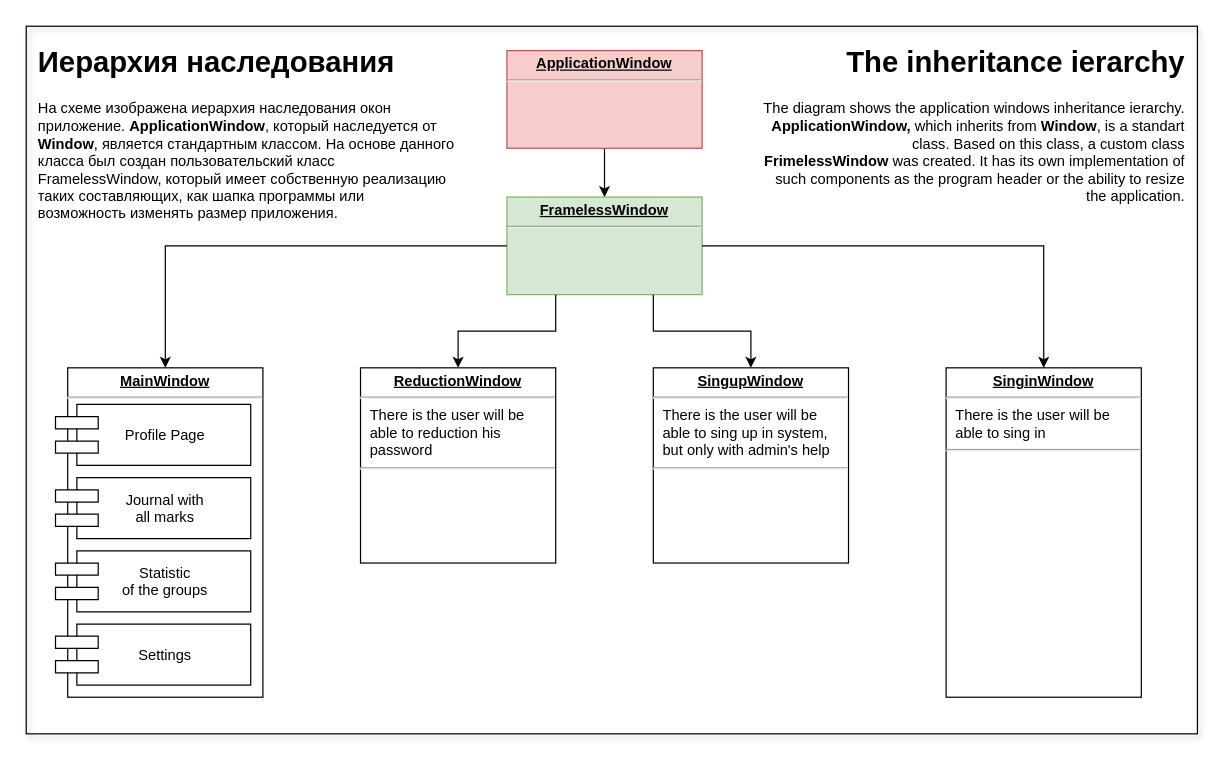
The draw.io diagram page "Inheritance ierarchy" (3 of 3) of Screenshots/Schemes.drawio in GRPilot/e-journal, before the edit. Source tidied: cells renumbered, new cells numbered last; positions are measured from the earlier drawing's top-left corner, leaving out a move shared by most shapes. Both pictures are drawn from the tidied source at 122%, with x=0, y=0 at pixel (26, 26).
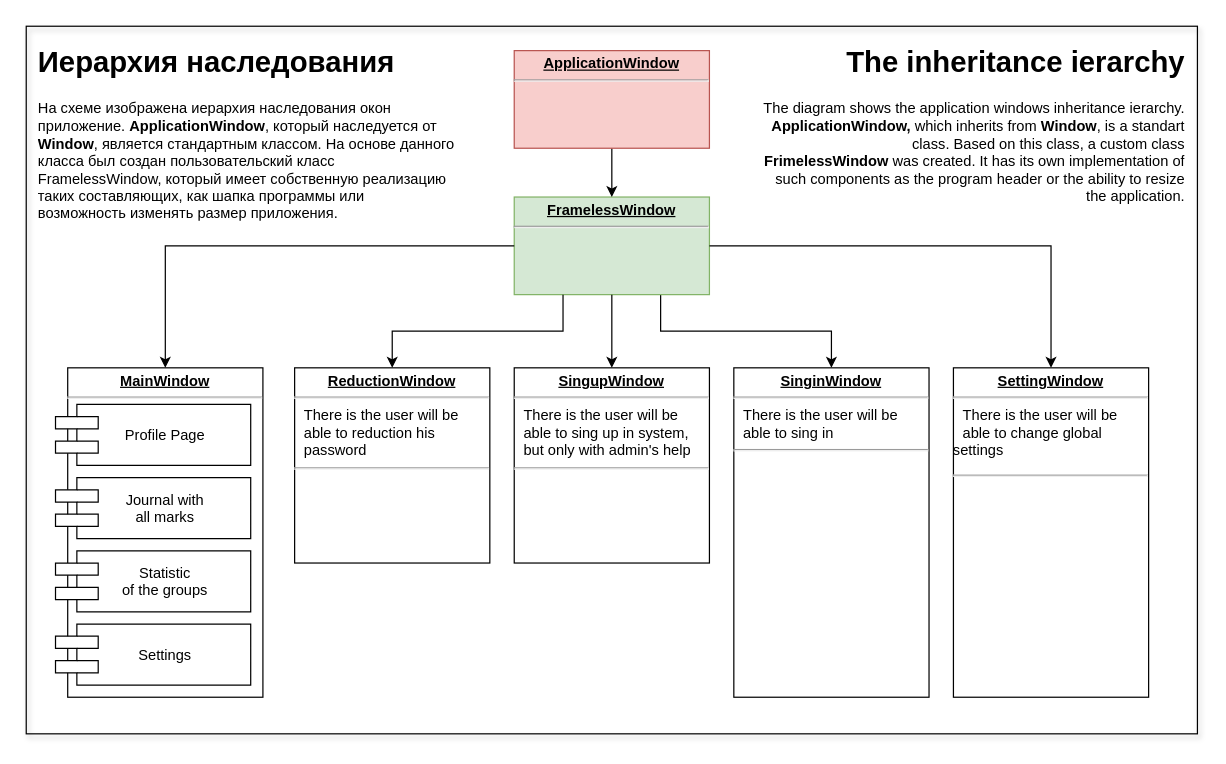
Above is the later version.

Diff of the diagram source:
```diff
@@
+    <mxCell id="23" style="edgeStyle=orthogonalEdgeStyle;rounded=0;jettySize=auto;html=1;exitX=0.75;exitY=1;exitDx=0;exitDy=0;entryX=0.5;entryY=0;entryDx=0;entryDy=0;" parent="1" edge="1" source="7" target="8">
+      <mxGeometry relative="1" as="geometry" />
+    </mxCell>
@@
     <mxCell id="7" value="&lt;p style=&quot;margin: 0px ; margin-top: 4px ; text-align: center ; text-decoration: underline&quot;&gt;&lt;b&gt;FramelessWindow&lt;/b&gt;&lt;/p&gt;&lt;hr&gt;&lt;p style=&quot;margin: 0px ; margin-left: 8px&quot;&gt;&lt;br&gt;&lt;/p&gt;" style="verticalAlign=top;align=left;overflow=fill;fontSize=12;fontFamily=Helvetica;html=1;fillColor=#d5e8d4;strokeColor=#82b366;" parent="6" vertex="1">
-      <mxGeometry x="394" y="140" width="160" height="80" as="geometry" />
+      <mxGeometry x="400" y="140" width="160" height="80" as="geometry" />
     </mxCell>
     <mxCell id="8" value="&lt;p style=&quot;margin: 0px ; margin-top: 4px ; text-align: center ; text-decoration: underline&quot;&gt;&lt;b&gt;SinginWindow&lt;/b&gt;&lt;/p&gt;&lt;hr&gt;&lt;p style=&quot;margin: 0px ; margin-left: 8px&quot;&gt;There is the user will be&lt;br&gt;able to sing in&lt;/p&gt;&lt;hr&gt;" style="verticalAlign=top;align=left;overflow=fill;fontSize=12;fontFamily=Helvetica;html=1;" parent="6" vertex="1">
-      <mxGeometry x="754" y="280" width="160" height="270" as="geometry" />
+      <mxGeometry x="580" y="280" width="160" height="270" as="geometry" />
     </mxCell>
-    <mxCell id="9" style="edgeStyle=orthogonalEdgeStyle;rounded=0;jettySize=auto;html=1;entryX=0.5;entryY=0;entryDx=0;entryDy=0;" parent="6" edge="1" source="7" target="8">
+    <mxCell id="9" style="edgeStyle=orthogonalEdgeStyle;rounded=0;jettySize=auto;html=1;entryX=0.5;entryY=0;entryDx=0;entryDy=0;" parent="6" edge="1" source="7" target="24">
       <mxGeometry relative="1" as="geometry" />
     </mxCell>
     <mxCell id="10" value="&lt;p style=&quot;margin: 0px ; margin-top: 4px ; text-align: center ; text-decoration: underline&quot;&gt;&lt;b&gt;ReductionWindow&lt;/b&gt;&lt;/p&gt;&lt;hr&gt;&lt;p style=&quot;margin: 0px ; margin-left: 8px&quot;&gt;There is the user will be &lt;br&gt;able to reduction his &lt;br&gt;password&lt;br&gt;&lt;/p&gt;&lt;hr&gt;" style="verticalAlign=top;align=left;overflow=fill;fontSize=12;fontFamily=Helvetica;html=1;" parent="6" vertex="1">
-      <mxGeometry x="274" y="280" width="160" height="160" as="geometry" />
+      <mxGeometry x="220" y="280" width="160" height="160" as="geometry" />
     </mxCell>
@@
     <mxCell id="13" value="&lt;p style=&quot;margin: 0px ; margin-top: 4px ; text-align: center ; text-decoration: underline&quot;&gt;&lt;b&gt;ApplicationWindow&lt;/b&gt;&lt;/p&gt;&lt;hr&gt;&lt;p style=&quot;margin: 0px ; margin-left: 8px&quot;&gt;&lt;br&gt;&lt;/p&gt;" style="verticalAlign=top;align=left;overflow=fill;fontSize=12;fontFamily=Helvetica;html=1;fillColor=#f8cecc;strokeColor=#b85450;" parent="6" vertex="1">
-      <mxGeometry x="394" y="20" width="160" height="80" as="geometry" />
+      <mxGeometry x="400" y="20" width="160" height="80" as="geometry" />
     </mxCell>
@@
     <mxCell id="21" value="&lt;p style=&quot;margin: 0px ; margin-top: 4px ; text-align: center ; text-decoration: underline&quot;&gt;&lt;b&gt;SingupWindow&lt;/b&gt;&lt;/p&gt;&lt;hr&gt;&lt;p style=&quot;margin: 0px ; margin-left: 8px&quot;&gt;There is the user will be&lt;br&gt;able to sing up in system,&amp;nbsp;&lt;br&gt;but only with admin's help&lt;/p&gt;&lt;hr&gt;" style="verticalAlign=top;align=left;overflow=fill;fontSize=12;fontFamily=Helvetica;html=1;" parent="6" vertex="1">
-      <mxGeometry x="514" y="280" width="160" height="160" as="geometry" />
+      <mxGeometry x="400" y="280" width="160" height="160" as="geometry" />
     </mxCell>
-    <mxCell id="22" style="edgeStyle=orthogonalEdgeStyle;rounded=0;jettySize=auto;html=1;entryX=0.5;entryY=0;entryDx=0;entryDy=0;exitX=0.75;exitY=1;exitDx=0;exitDy=0;" parent="6" edge="1" source="7" target="21">
+    <mxCell id="22" style="edgeStyle=orthogonalEdgeStyle;rounded=0;jettySize=auto;html=1;entryX=0.5;entryY=0;entryDx=0;entryDy=0;exitX=0.5;exitY=1;exitDx=0;exitDy=0;" parent="6" edge="1" source="7" target="21">
       <mxGeometry relative="1" as="geometry" />
     </mxCell>
+    <mxCell id="24" value="&lt;p style=&quot;margin: 0px ; margin-top: 4px ; text-align: center ; text-decoration: underline&quot;&gt;&lt;b&gt;SettingWindow&lt;/b&gt;&lt;/p&gt;&lt;hr&gt;&lt;p style=&quot;margin: 0px ; margin-left: 8px&quot;&gt;There is the user will be&lt;br&gt;able to change global&lt;br&gt;&lt;div&gt;&lt;span&gt;settings&lt;/span&gt;&lt;/div&gt;&lt;/p&gt;&lt;hr&gt;" style="verticalAlign=top;align=left;overflow=fill;fontSize=12;fontFamily=Helvetica;html=1;" parent="6" vertex="1">
+      <mxGeometry x="760" y="280" width="160" height="270" as="geometry" />
+    </mxCell>
```
